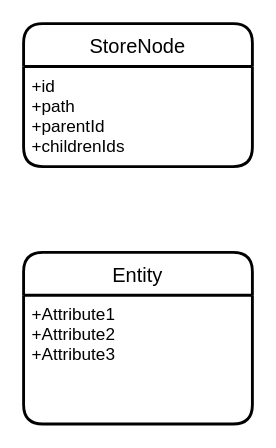
This is Untitled Diagram.drawio from webboyvc/draw, a draw.io file, before an edit. Source tidied: cells renumbered, new cells numbered last; positions are measured from the earlier drawing's top-left corner, leaving out a move shared by most shapes. Both pictures are drawn from the tidied source at 143%, with x=0, y=0 at pixel (23, 23).
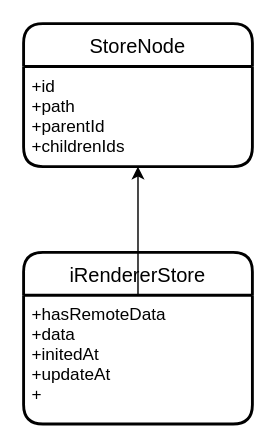
The same diagram, later.

The edit, as a diff of the source:
```diff
@@
 <mxGraphModel>
   <root>
     <mxCell id="0" />
     <mxCell id="1" parent="0" />
     <mxCell id="2" value="StoreNode" style="swimlane;horizontal=1;startSize=30;rounded=1;fontSize=14;fontStyle=0;strokeWidth=2;shadow=0;dashed=0;align=center;" parent="1" vertex="1">
       <mxGeometry width="160" height="100" as="geometry" />
     </mxCell>
     <mxCell id="3" value="+id&#10;+path&#10;+parentId&#10;+childrenIds" style="align=left;strokeColor=none;fillColor=none;spacingLeft=4;fontSize=12;verticalAlign=top;" parent="2" vertex="1">
       <mxGeometry y="30" width="160" height="70" as="geometry" />
     </mxCell>
-    <mxCell id="4" value="Entity" style="swimlane;horizontal=1;startSize=30;rounded=1;fontSize=14;fontStyle=0;strokeWidth=2;shadow=0;dashed=0;align=center;" parent="1" vertex="1">
+    <mxCell id="4" value="iRendererStore" style="swimlane;horizontal=1;startSize=30;rounded=1;fontSize=14;fontStyle=0;strokeWidth=2;shadow=0;dashed=0;align=center;" parent="1" vertex="1">
       <mxGeometry y="160" width="160" height="120" as="geometry" />
     </mxCell>
-    <mxCell id="5" value="+Attribute1&#10;+Attribute2&#10;+Attribute3" style="align=left;strokeColor=none;fillColor=none;spacingLeft=4;fontSize=12;verticalAlign=top;" parent="4" vertex="1">
+    <mxCell id="5" value="+hasRemoteData&#10;+data&#10;+initedAt&#10;+updateAt&#10;+" style="align=left;strokeColor=none;fillColor=none;spacingLeft=4;fontSize=12;verticalAlign=top;" parent="4" vertex="1">
       <mxGeometry y="30" width="160" height="90" as="geometry" />
     </mxCell>
+    <mxCell id="6" style="edgeStyle=orthogonalEdgeStyle;rounded=0;jettySize=auto;html=1;" parent="1" edge="1" source="5" target="3">
+      <mxGeometry relative="1" as="geometry" />
+    </mxCell>
   </root>
 </mxGraphModel>
```
